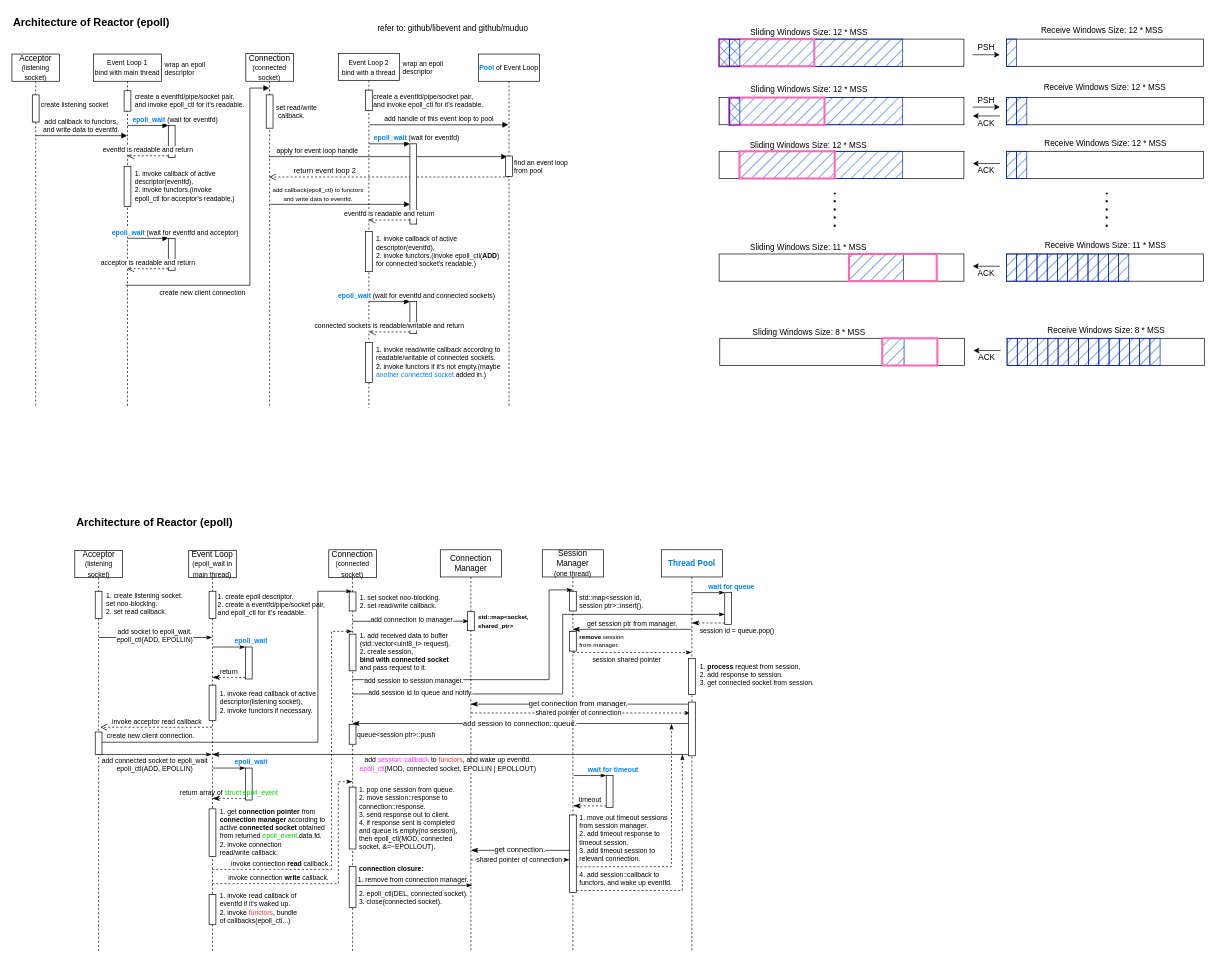
Before: asio_arch.drawio in lsclone/StrayBirds, a draw.io diagram. Source tidied: cells renumbered, new cells numbered last; positions are measured from the earlier drawing's top-left corner, leaving out a move shared by most shapes. Both pictures are drawn from the tidied source at 68%, with x=0, y=0 at pixel (12, 12).
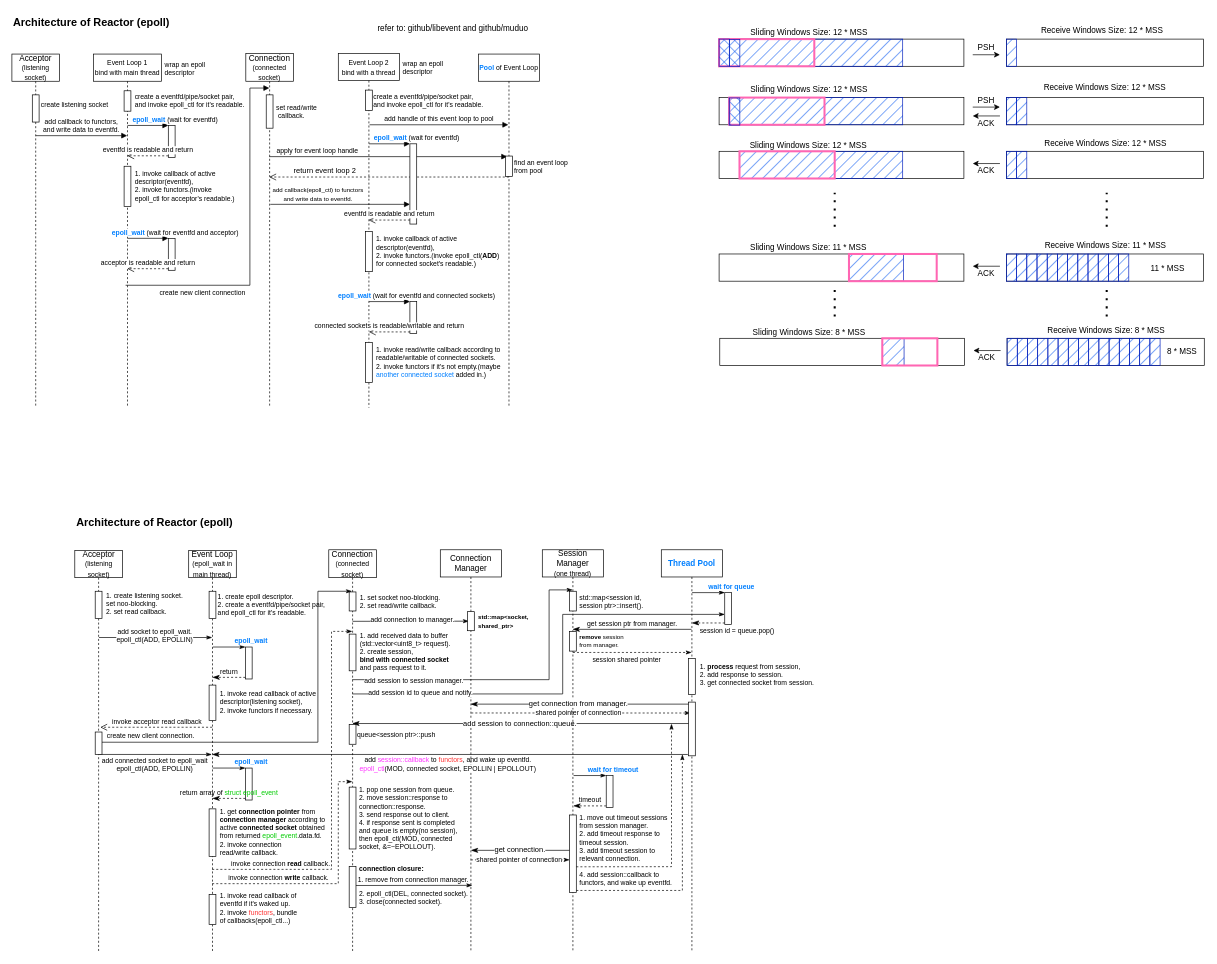
After the change.

The edit, as a diff of the source:
```diff
@@
+    <mxCell id="196" style="endArrow=none;dashed=1;html=1;dashPattern=1 3;strokeWidth=3;rounded=0;" parent="1" edge="1">
+      <mxGeometry relative="1" as="geometry">
+        <mxPoint x="1610" y="448" as="sourcePoint" />
+        <mxPoint x="1610" y="407" as="targetPoint" />
+      </mxGeometry>
+    </mxCell>
+    <mxCell id="197" style="endArrow=none;dashed=1;html=1;dashPattern=1 3;strokeWidth=3;rounded=0;" parent="1" edge="1">
+      <mxGeometry relative="1" as="geometry">
+        <mxPoint x="1210" y="448" as="sourcePoint" />
+        <mxPoint x="1210" y="407" as="targetPoint" />
+      </mxGeometry>
+    </mxCell>
+    <mxCell id="198" value="11 * MSS" style="text;html=1;strokeColor=none;fillColor=none;align=center;verticalAlign=middle;whiteSpace=wrap;rounded=0;fillStyle=hatch;" parent="1" vertex="1">
+      <mxGeometry x="1670" y="367" width="60" height="20" as="geometry" />
+    </mxCell>
+    <mxCell id="199" value="&lt;span style=&quot;color: rgb(0, 0, 0); font-family: Helvetica; font-size: 12px; font-style: normal; font-variant-ligatures: normal; font-variant-caps: normal; font-weight: 400; letter-spacing: normal; orphans: 2; text-align: center; text-indent: 0px; text-transform: none; widows: 2; word-spacing: 0px; -webkit-text-stroke-width: 0px; background-color: rgb(255, 255, 255); text-decoration-thickness: initial; text-decoration-style: initial; text-decoration-color: initial; float: none; display: inline !important;&quot;&gt;8 * MSS&lt;/span&gt;" style="text;whiteSpace=wrap;html=1;" parent="1" vertex="1">
+      <mxGeometry x="1696.5" y="486" width="50" height="30" as="geometry" />
+    </mxCell>
```
